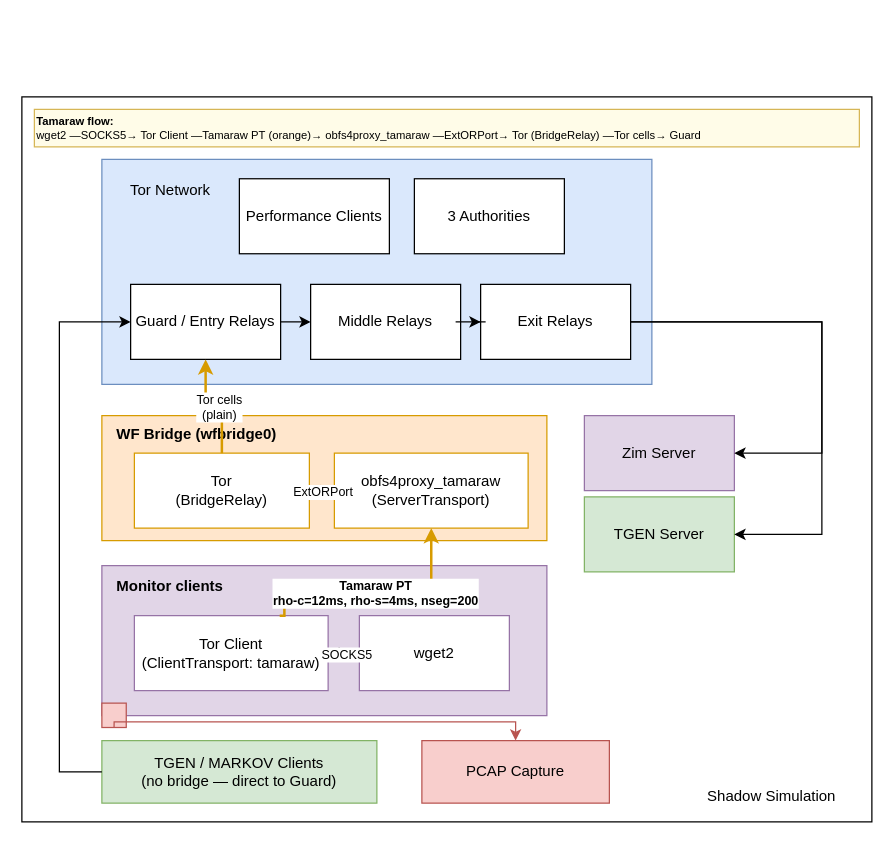
Earlier version of the draw.io diagram page "Tamaraw Setup" (3 of 3) of images/Diagrams.drawio (OliverStaub/BachelorThesis). Source tidied: cells renumbered, new cells numbered last; positions are measured from the earlier drawing's top-left corner, leaving out a move shared by most shapes. Both pictures are drawn from the tidied source at 125%, with x=0, y=0 at pixel (21, 96).
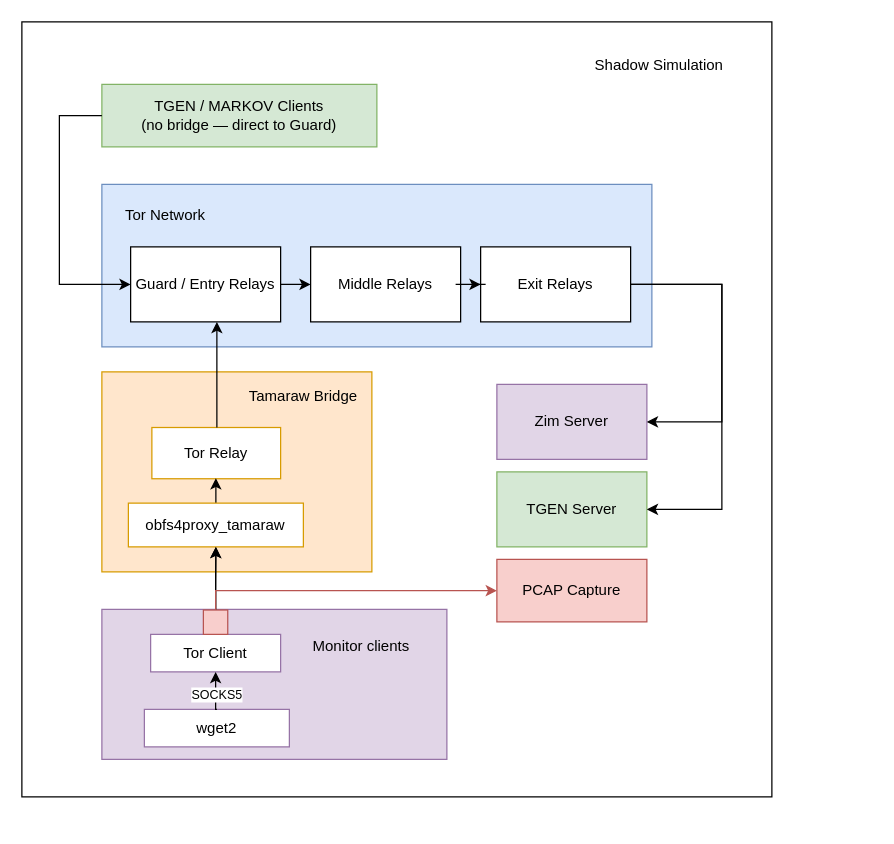
After the change.

Diff of the diagram source:
```diff
@@
     <mxCell id="2" style="rounded=0;whiteSpace=wrap;html=1;" parent="1" vertex="1">
-      <mxGeometry width="680" height="580" as="geometry" />
+      <mxGeometry y="-60" width="600" height="620" as="geometry" />
     </mxCell>
     <mxCell id="3" value="Shadow Simulation" style="text;html=1;align=center;verticalAlign=middle;whiteSpace=wrap;rounded=0;" parent="1" vertex="1">
-      <mxGeometry x="530" y="545" width="140" height="30" as="geometry" />
+      <mxGeometry x="440" y="-40" width="140" height="30" as="geometry" />
     </mxCell>
     <mxCell id="4" style="rounded=0;whiteSpace=wrap;html=1;fillColor=#dae8fc;strokeColor=#6c8ebf;" parent="1" vertex="1">
-      <mxGeometry x="64" y="50" width="440" height="180" as="geometry" />
+      <mxGeometry x="64" y="70" width="440" height="130" as="geometry" />
     </mxCell>
     <mxCell id="5" value="Tor Network" style="text;html=1;align=center;verticalAlign=middle;whiteSpace=wrap;rounded=0;" parent="1" vertex="1">
-      <mxGeometry x="74" y="60" width="90" height="30" as="geometry" />
+      <mxGeometry x="70" y="80" width="90" height="30" as="geometry" />
     </mxCell>
-    <mxCell id="6" value="Performance Clients" style="rounded=0;whiteSpace=wrap;html=1;" parent="1" vertex="1">
-      <mxGeometry x="174" y="65.5" width="120" height="60" as="geometry" />
-    </mxCell>
-    <mxCell id="7" value="3 Authorities" style="rounded=0;whiteSpace=wrap;html=1;" parent="1" vertex="1">
-      <mxGeometry x="314" y="65.5" width="120" height="60" as="geometry" />
-    </mxCell>
     <mxCell id="8" value="Guard / Entry Relays" style="rounded=0;whiteSpace=wrap;html=1;" parent="1" vertex="1">
-      <mxGeometry x="87" y="150" width="120" height="60" as="geometry" />
+      <mxGeometry x="87" y="120" width="120" height="60" as="geometry" />
     </mxCell>
     <mxCell id="9" value="Middle Relays" style="rounded=0;whiteSpace=wrap;html=1;" parent="1" vertex="1">
-      <mxGeometry x="231" y="150" width="120" height="60" as="geometry" />
+      <mxGeometry x="231" y="120" width="120" height="60" as="geometry" />
     </mxCell>
     <mxCell id="10" value="Exit Relays" style="rounded=0;whiteSpace=wrap;html=1;" parent="1" vertex="1">
-      <mxGeometry x="367" y="150" width="120" height="60" as="geometry" />
+      <mxGeometry x="367" y="120" width="120" height="60" as="geometry" />
     </mxCell>
@@
     <mxCell id="13" style="rounded=0;whiteSpace=wrap;html=1;fillColor=#ffe6cc;strokeColor=#d79b00;" parent="1" vertex="1">
-      <mxGeometry x="64" y="255" width="356" height="100" as="geometry" />
+      <mxGeometry x="64" y="220" width="216" height="160" as="geometry" />
     </mxCell>
-    <mxCell id="14" value="WF Bridge (wfbridge0)" style="text;html=1;align=left;verticalAlign=middle;whiteSpace=wrap;rounded=0;fontStyle=1;" parent="1" vertex="1">
-      <mxGeometry x="74" y="260" width="180" height="20" as="geometry" />
+    <mxCell id="14" value="&lt;span style=&quot;font-weight: normal;&quot;&gt;Tamaraw Bridge&lt;/span&gt;" style="text;html=1;align=left;verticalAlign=middle;whiteSpace=wrap;rounded=0;fontStyle=1;" parent="1" vertex="1">
+      <mxGeometry x="180" y="230" width="90" height="20" as="geometry" />
     </mxCell>
-    <mxCell id="15" value="Tor&#10;(BridgeRelay)" style="rounded=0;whiteSpace=wrap;html=1;fillColor=#ffffff;strokeColor=#d79b00;" parent="1" vertex="1">
-      <mxGeometry x="90" y="285" width="140" height="60" as="geometry" />
+    <mxCell id="15" value="Tor Relay" style="rounded=0;whiteSpace=wrap;html=1;fillColor=#ffffff;strokeColor=#d79b00;" parent="1" vertex="1">
+      <mxGeometry x="104" y="264.5" width="103" height="41" as="geometry" />
     </mxCell>
+    <mxCell id="17" style="edgeStyle=orthogonalEdgeStyle;rounded=0;jettySize=auto;html=1;" parent="1" edge="1" source="16" target="15">
+      <mxGeometry relative="1" as="geometry" />
+    </mxCell>
-    <mxCell id="16" value="obfs4proxy_tamaraw&#10;(ServerTransport)" style="rounded=0;whiteSpace=wrap;html=1;fillColor=#ffffff;strokeColor=#d79b00;" parent="1" vertex="1">
-      <mxGeometry x="250" y="285" width="155" height="60" as="geometry" />
+    <mxCell id="16" value="obfs4proxy_tamaraw" style="rounded=0;whiteSpace=wrap;html=1;fillColor=#ffffff;strokeColor=#d79b00;" parent="1" vertex="1">
+      <mxGeometry x="85.2" y="325" width="140" height="35" as="geometry" />
     </mxCell>
-    <mxCell id="17" style="edgeStyle=orthogonalEdgeStyle;rounded=0;jettySize=auto;html=1;exitX=0;exitY=0.5;exitDx=0;exitDy=0;entryX=1;entryY=0.5;entryDx=0;entryDy=0;dashed=1;" parent="1" edge="1" source="16" target="15">
-      <mxGeometry relative="1" as="geometry" />
-    </mxCell>
-    <mxCell id="18" value="ExtORPort" style="edgeLabel;html=1;align=center;verticalAlign=middle;fontSize=10;" parent="17" vertex="1">
-      <mxGeometry relative="1" as="geometry" />
-    </mxCell>
-    <mxCell id="19" style="edgeStyle=orthogonalEdgeStyle;rounded=0;jettySize=auto;html=1;exitX=0.5;exitY=0;exitDx=0;exitDy=0;entryX=0.5;entryY=1;entryDx=0;entryDy=0;strokeColor=#d79b00;strokeWidth=2;" parent="1" edge="1" source="15" target="8">
-      <mxGeometry relative="1" as="geometry" />
+    <mxCell id="19" style="edgeStyle=orthogonalEdgeStyle;rounded=0;jettySize=auto;html=1;strokeColor=#000000;strokeWidth=1;exitX=0.5;exitY=0;exitDx=0;exitDy=0;" parent="1" edge="1" source="15">
+      <mxGeometry relative="1" as="geometry">
+        <mxPoint x="156" y="180" as="targetPoint" />
+        <Array as="points">
+          <mxPoint x="156" y="180" />
+        </Array>
+      </mxGeometry>
     </mxCell>
-    <mxCell id="20" value="Tor cells&#10;(plain)" style="edgeLabel;html=1;align=center;verticalAlign=middle;fontSize=10;" parent="19" vertex="1">
-      <mxGeometry x="-0.1" relative="1" as="geometry" />
-    </mxCell>
     <mxCell id="21" style="rounded=0;whiteSpace=wrap;html=1;fillColor=#e1d5e7;strokeColor=#9673a6;" parent="1" vertex="1">
-      <mxGeometry x="64" y="375" width="356" height="120" as="geometry" />
+      <mxGeometry x="64" y="410" width="276" height="120" as="geometry" />
     </mxCell>
-    <mxCell id="22" value="Monitor clients" style="text;html=1;align=left;verticalAlign=middle;whiteSpace=wrap;rounded=0;fontStyle=1;" parent="1" vertex="1">
-      <mxGeometry x="74" y="382" width="120" height="20" as="geometry" />
+    <mxCell id="22" value="&lt;span style=&quot;font-weight: normal;&quot;&gt;Monitor clients&lt;/span&gt;" style="text;html=1;align=left;verticalAlign=middle;whiteSpace=wrap;rounded=0;fontStyle=1;" parent="1" vertex="1">
+      <mxGeometry x="231" y="430" width="90" height="20" as="geometry" />
     </mxCell>
+    <mxCell id="27" style="edgeStyle=orthogonalEdgeStyle;rounded=0;jettySize=auto;html=1;" parent="1" edge="1" source="23" target="16">
+      <mxGeometry relative="1" as="geometry" />
+    </mxCell>
-    <mxCell id="23" value="Tor Client&#10;(ClientTransport: tamaraw)" style="rounded=0;whiteSpace=wrap;html=1;fillColor=#ffffff;strokeColor=#9673a6;" parent="1" vertex="1">
-      <mxGeometry x="90" y="415" width="155" height="60" as="geometry" />
+    <mxCell id="23" value="Tor Client" style="rounded=0;whiteSpace=wrap;html=1;fillColor=#ffffff;strokeColor=#9673a6;" parent="1" vertex="1">
+      <mxGeometry x="103" y="430" width="104" height="30" as="geometry" />
     </mxCell>
     <mxCell id="24" value="wget2" style="rounded=0;whiteSpace=wrap;html=1;fillColor=#ffffff;strokeColor=#9673a6;" parent="1" vertex="1">
-      <mxGeometry x="270" y="415" width="120" height="60" as="geometry" />
+      <mxGeometry x="98" y="490" width="116" height="30" as="geometry" />
     </mxCell>
-    <mxCell id="25" style="edgeStyle=orthogonalEdgeStyle;rounded=0;jettySize=auto;html=1;exitX=0;exitY=0.5;exitDx=0;exitDy=0;entryX=1;entryY=0.5;entryDx=0;entryDy=0;" parent="1" edge="1" source="24" target="23">
+    <mxCell id="25" style="edgeStyle=orthogonalEdgeStyle;rounded=0;jettySize=auto;html=1;exitX=0.5;exitY=0;exitDx=0;exitDy=0;entryX=0.5;entryY=1;entryDx=0;entryDy=0;" parent="1" edge="1" source="24" target="23">
       <mxGeometry relative="1" as="geometry" />
     </mxCell>
@@
-    <mxCell id="27" style="edgeStyle=orthogonalEdgeStyle;rounded=0;jettySize=auto;html=1;exitX=0.75;exitY=0;exitDx=0;exitDy=0;entryX=0.5;entryY=1;entryDx=0;entryDy=0;strokeColor=#d79b00;strokeWidth=2;" parent="1" edge="1" source="23" target="16">
-      <mxGeometry relative="1" as="geometry">
-        <Array as="points">
-          <mxPoint x="210" y="395" />
-          <mxPoint x="327" y="395" />
-        </Array>
-      </mxGeometry>
-    </mxCell>
-    <mxCell id="28" value="Tamaraw PT&#10;rho-c=12ms, rho-s=4ms, nseg=200" style="edgeLabel;html=1;align=center;verticalAlign=middle;fontSize=10;fontStyle=1;" parent="27" vertex="1">
-      <mxGeometry y="-1" relative="1" as="geometry" />
-    </mxCell>
     <mxCell id="29" value="Zim Server" style="rounded=0;whiteSpace=wrap;html=1;fillColor=#e1d5e7;strokeColor=#9673a6;" parent="1" vertex="1">
-      <mxGeometry x="450" y="255" width="120" height="60" as="geometry" />
+      <mxGeometry x="380" y="230" width="120" height="60" as="geometry" />
     </mxCell>
     <mxCell id="30" value="TGEN Server" style="rounded=0;whiteSpace=wrap;html=1;fillColor=#d5e8d4;strokeColor=#82b366;" parent="1" vertex="1">
-      <mxGeometry x="450" y="320" width="120" height="60" as="geometry" />
+      <mxGeometry x="380" y="300" width="120" height="60" as="geometry" />
     </mxCell>
     <mxCell id="31" style="edgeStyle=orthogonalEdgeStyle;rounded=0;jettySize=auto;html=1;entryX=1;entryY=0.5;entryDx=0;entryDy=0;exitX=1;exitY=0.5;exitDx=0;exitDy=0;" parent="1" edge="1" source="10" target="29">
       <mxGeometry relative="1" as="geometry">
         <Array as="points">
-          <mxPoint x="640" y="180" />
-          <mxPoint x="640" y="285" />
+          <mxPoint x="560" y="150" />
+          <mxPoint x="560" y="260" />
         </Array>
       </mxGeometry>
     </mxCell>
     <mxCell id="32" style="edgeStyle=orthogonalEdgeStyle;rounded=0;jettySize=auto;html=1;entryX=1;entryY=0.5;entryDx=0;entryDy=0;exitX=1;exitY=0.5;exitDx=0;exitDy=0;" parent="1" edge="1" source="10" target="30">
       <mxGeometry relative="1" as="geometry">
         <Array as="points">
-          <mxPoint x="640" y="180" />
-          <mxPoint x="640" y="350" />
+          <mxPoint x="560" y="150" />
+          <mxPoint x="560" y="330" />
         </Array>
       </mxGeometry>
     </mxCell>
     <mxCell id="33" value="TGEN / MARKOV Clients&#10;(no bridge — direct to Guard)" style="rounded=0;whiteSpace=wrap;html=1;fillColor=#d5e8d4;strokeColor=#82b366;" parent="1" vertex="1">
-      <mxGeometry x="64" y="515" width="220" height="50" as="geometry" />
+      <mxGeometry x="64" y="-10" width="220" height="50" as="geometry" />
     </mxCell>
     <mxCell id="34" style="edgeStyle=orthogonalEdgeStyle;rounded=0;jettySize=auto;html=1;entryX=0;entryY=0.5;entryDx=0;entryDy=0;exitX=0;exitY=0.5;exitDx=0;exitDy=0;startArrow=none;startFill=0;" parent="1" edge="1" source="33" target="8">
       <mxGeometry relative="1" as="geometry">
         <Array as="points">
-          <mxPoint x="30" y="540" />
-          <mxPoint x="30" y="180" />
+          <mxPoint x="30" y="15" />
+          <mxPoint x="30" y="150" />
         </Array>
       </mxGeometry>
     </mxCell>
-    <mxCell id="35" value="PCAP Capture" style="rounded=0;whiteSpace=wrap;html=1;fillColor=#f8cecc;strokeColor=#b85450;" parent="1" vertex="1">
-      <mxGeometry x="320" y="515" width="150" height="50" as="geometry" />
+    <mxCell id="35" value="PCAP Capture" style="rounded=0;whiteSpace=wrap;html=1;fillColor=light-dark(#f8cfcc, #512d2b);strokeColor=#b85450;" parent="1" vertex="1">
+      <mxGeometry x="380" y="370" width="120" height="50" as="geometry" />
     </mxCell>
+    <mxCell id="39" style="edgeStyle=orthogonalEdgeStyle;rounded=0;jettySize=auto;html=1;entryX=0.5;entryY=1;entryDx=0;entryDy=0;" parent="1" edge="1" source="36" target="16">
+      <mxGeometry relative="1" as="geometry" />
+    </mxCell>
+    <mxCell id="37" style="edgeStyle=orthogonalEdgeStyle;rounded=0;jettySize=auto;html=1;entryX=0;entryY=0.5;entryDx=0;entryDy=0;fillColor=#f8cecc;strokeColor=#b85450;exitX=1;exitY=0.5;exitDx=0;exitDy=0;" parent="1" edge="1" source="36" target="35">
+      <mxGeometry relative="1" as="geometry">
+        <Array as="points">
+          <mxPoint x="155" y="420" />
+          <mxPoint x="155" y="395" />
+        </Array>
+      </mxGeometry>
+    </mxCell>
     <mxCell id="36" style="whiteSpace=wrap;html=1;fillColor=#f8cecc;strokeColor=#b85450;" parent="1" vertex="1">
-      <mxGeometry x="64" y="485" width="19.5" height="19.5" as="geometry" />
+      <mxGeometry x="145.2" y="410.5" width="19.5" height="19.5" as="geometry" />
     </mxCell>
-    <mxCell id="37" style="edgeStyle=orthogonalEdgeStyle;rounded=0;jettySize=auto;html=1;entryX=0.5;entryY=0;entryDx=0;entryDy=0;exitX=0.5;exitY=1;exitDx=0;exitDy=0;fillColor=#f8cecc;strokeColor=#b85450;" parent="1" edge="1" source="36" target="35">
-      <mxGeometry relative="1" as="geometry">
-        <Array as="points">
-          <mxPoint x="74" y="500" />
-          <mxPoint x="395" y="500" />
-        </Array>
-      </mxGeometry>
-    </mxCell>
-    <mxCell id="38" value="&lt;b&gt;Tamaraw flow:&lt;/b&gt;&#10;wget2 —SOCKS5→ Tor Client —Tamaraw PT (orange)→ obfs4proxy_tamaraw —ExtORPort→ Tor (BridgeRelay) —Tor cells→ Guard" style="text;html=1;align=left;verticalAlign=middle;whiteSpace=wrap;rounded=0;fontSize=9;fillColor=#fffce8;strokeColor=#d6b656;" parent="1" vertex="1">
-      <mxGeometry x="10" y="10" width="660" height="30" as="geometry" />
-    </mxCell>
```
